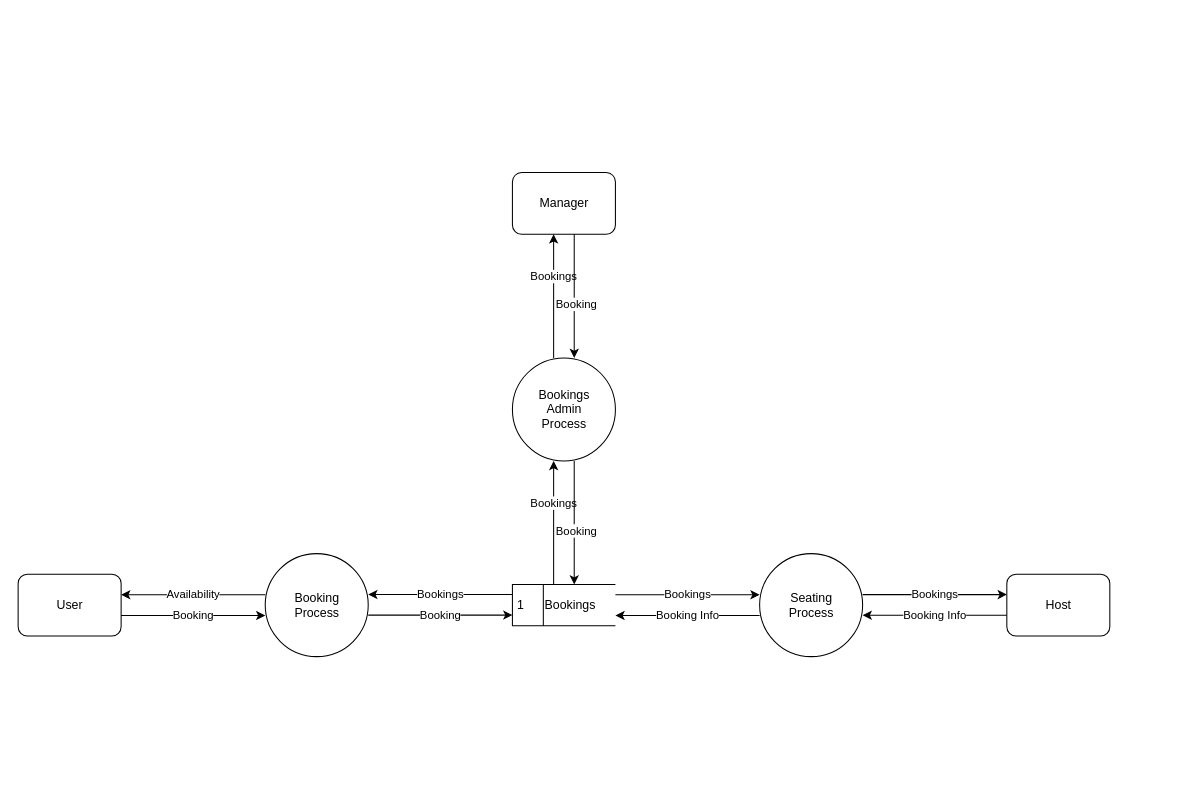
This is dataflow_diagram/dataflow_diagram_bookings.drawio from korayleigh/t3a2-a, a draw.io file, before an edit. Source tidied: cells renumbered, new cells numbered last; positions are measured from the earlier drawing's top-left corner, leaving out a move shared by most shapes. Both pictures are drawn from the tidied source at 103%, with x=0, y=0 at pixel (18, 172).
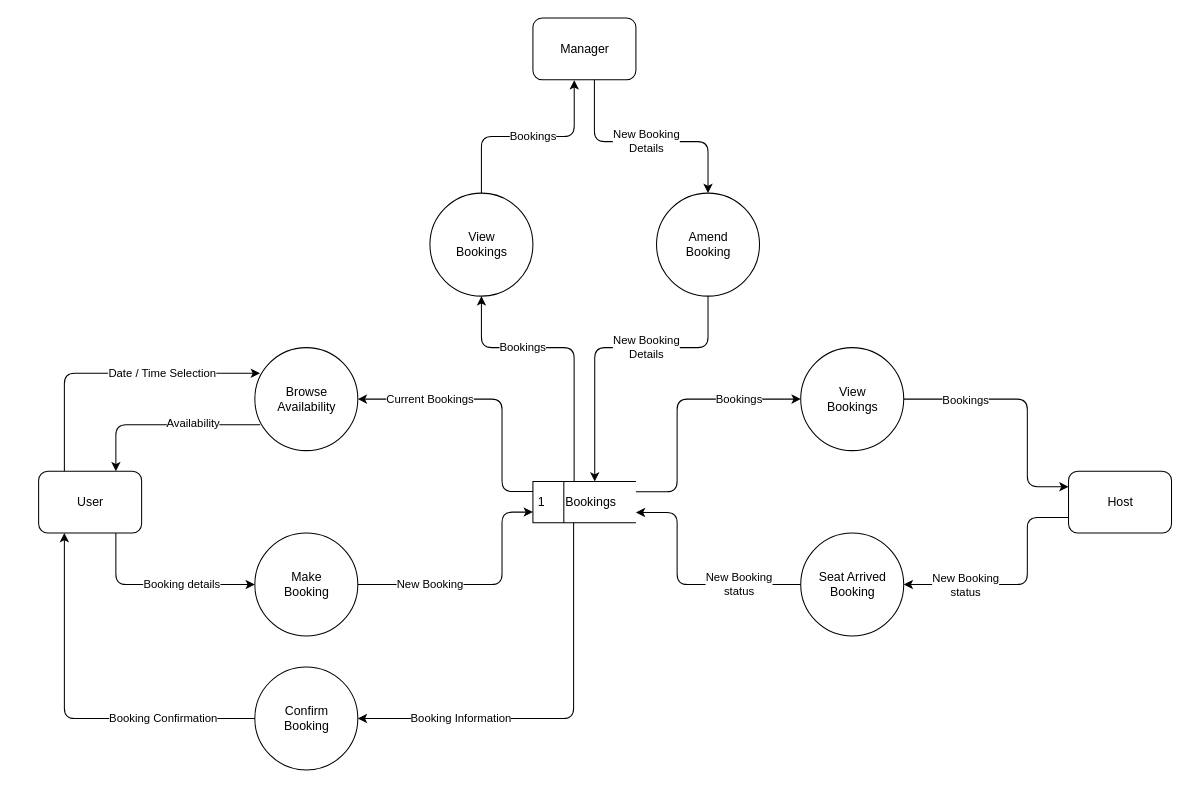
After the change.

Commit message:
reworked bookings dfd with more details

Diff of the diagram source:
```diff
@@
-    <mxCell id="2" value="Booking&lt;br&gt;Process" style="shape=ellipse;html=1;dashed=0;whitespace=wrap;perimeter=ellipsePerimeter;" parent="1" vertex="1">
-      <mxGeometry x="240" y="370" width="100" height="100" as="geometry" />
-    </mxCell>
     <mxCell id="3" value="User" style="html=1;dashed=0;whitespace=wrap;rounded=1;" parent="1" vertex="1">
-      <mxGeometry x="0.1" y="390" width="100" height="60" as="geometry" />
+      <mxGeometry x="20" y="290" width="100" height="60" as="geometry" />
     </mxCell>
-    <mxCell id="4" value="Booking" style="endArrow=classic;html=1;edgeStyle=orthogonalEdgeStyle;rounded=1;" parent="1" edge="1">
-      <mxGeometry x="150" y="619.9" as="geometry">
-        <mxPoint x="100.1" y="430" as="sourcePoint" />
-        <mxPoint x="240.1" y="430" as="targetPoint" />
+    <mxCell id="4" value="Booking details" style="endArrow=classic;html=1;edgeStyle=orthogonalEdgeStyle;rounded=1;entryX=0;entryY=0.5;entryDx=0;entryDy=0;exitX=0.75;exitY=1;exitDx=0;exitDy=0;" parent="1" edge="1" source="3" target="23">
+      <mxGeometry x="19.9" y="-100" as="geometry">
         <Array as="points">
-          <mxPoint x="130" y="429.9" />
-          <mxPoint x="130" y="429.9" />
+          <mxPoint x="94.9" y="400" />
         </Array>
+        <mxPoint x="-3" y="25" as="offset" />
       </mxGeometry>
     </mxCell>
-    <mxCell id="5" value="Availability" style="endArrow=classic;html=1;edgeStyle=orthogonalEdgeStyle;rounded=1;" parent="1" edge="1">
-      <mxGeometry x="-20" y="-15" as="geometry">
-        <mxPoint x="240.1" y="410" as="sourcePoint" />
-        <mxPoint x="100.1" y="410" as="targetPoint" />
+    <mxCell id="5" value="Availability" style="endArrow=classic;html=1;edgeStyle=orthogonalEdgeStyle;rounded=1;exitX=0.052;exitY=0.749;exitDx=0;exitDy=0;entryX=0.75;entryY=0;entryDx=0;entryDy=0;exitPerimeter=0;" parent="1" edge="1" source="24" target="3">
+      <mxGeometry x="19.9" y="-100" as="geometry">
         <Array as="points">
-          <mxPoint x="130" y="409.9" />
-          <mxPoint x="130" y="409.9" />
+          <mxPoint x="94.9" y="245" />
         </Array>
+        <mxPoint x="5" y="-23" as="offset" />
       </mxGeometry>
     </mxCell>
     <mxCell id="6" value="1&lt;span style=&quot;white-space: pre&quot;&gt;&#9;&lt;/span&gt;Bookings" style="html=1;dashed=0;whitespace=wrap;shape=mxgraph.dfd.dataStoreID;align=left;spacingLeft=3;points=[[0,0],[0.5,0],[1,0],[0,0.5],[1,0.5],[0,1],[0.5,1],[1,1]];" parent="1" vertex="1">
-      <mxGeometry x="480" y="400" width="100" height="40" as="geometry" />
+      <mxGeometry x="499.9" y="300" width="100" height="40" as="geometry" />
     </mxCell>
     <mxCell id="7" value="Manager" style="html=1;dashed=0;whitespace=wrap;rounded=1;" parent="1" vertex="1">
-      <mxGeometry x="480" width="100" height="60" as="geometry" />
+      <mxGeometry x="499.9" y="-150" width="100" height="60" as="geometry" />
     </mxCell>
     <mxCell id="8" value="Host" style="html=1;dashed=0;whitespace=wrap;rounded=1;" parent="1" vertex="1">
-      <mxGeometry x="960" y="390" width="100" height="60" as="geometry" />
+      <mxGeometry x="1019.9" y="290" width="100" height="60" as="geometry" />
     </mxCell>
-    <mxCell id="9" value="Seating&lt;br&gt;Process" style="shape=ellipse;html=1;dashed=0;whitespace=wrap;perimeter=ellipsePerimeter;" parent="1" vertex="1">
-      <mxGeometry x="720" y="370" width="100" height="100" as="geometry" />
+    <mxCell id="9" value="Seat Arrived&lt;br&gt;Booking" style="shape=ellipse;html=1;dashed=0;whitespace=wrap;perimeter=ellipsePerimeter;" parent="1" vertex="1">
+      <mxGeometry x="759.9" y="350" width="100" height="100" as="geometry" />
     </mxCell>
-    <mxCell id="10" value="Bookings" style="endArrow=classic;html=1;edgeStyle=orthogonalEdgeStyle;rounded=1;" parent="1" edge="1">
-      <mxGeometry x="629.9" y="599.9" as="geometry">
-        <mxPoint x="580" y="410" as="sourcePoint" />
-        <mxPoint x="720" y="410" as="targetPoint" />
+    <mxCell id="10" value="Bookings" style="endArrow=classic;html=1;edgeStyle=orthogonalEdgeStyle;rounded=1;entryX=0;entryY=0.5;entryDx=0;entryDy=0;" parent="1" edge="1" target="27">
+      <mxGeometry x="19.9" y="-100" as="geometry">
+        <mxPoint x="599.9" y="310" as="sourcePoint" />
         <Array as="points">
-          <mxPoint x="609.9" y="409.9" />
-          <mxPoint x="609.9" y="409.9" />
+          <mxPoint x="639.9" y="310" />
+          <mxPoint x="639.9" y="220" />
         </Array>
+        <mxPoint x="20" y="-45" as="offset" />
       </mxGeometry>
     </mxCell>
-    <mxCell id="11" value="Booking Info" style="endArrow=classic;html=1;edgeStyle=orthogonalEdgeStyle;rounded=1;" parent="1" edge="1">
-      <mxGeometry x="460" y="5" as="geometry">
-        <mxPoint x="720" y="430" as="sourcePoint" />
-        <mxPoint x="580" y="430" as="targetPoint" />
+    <mxCell id="11" value="New Booking&lt;br&gt;status" style="endArrow=classic;html=1;edgeStyle=orthogonalEdgeStyle;rounded=1;exitX=0;exitY=0.5;exitDx=0;exitDy=0;" parent="1" edge="1" source="9">
+      <mxGeometry x="19.9" y="-100" as="geometry">
+        <mxPoint x="599.9" y="330" as="targetPoint" />
         <Array as="points">
-          <mxPoint x="610" y="429.9" />
-          <mxPoint x="610" y="429.9" />
+          <mxPoint x="639.9" y="400" />
+          <mxPoint x="639.9" y="330" />
         </Array>
+        <mxPoint x="20" y="35" as="offset" />
       </mxGeometry>
     </mxCell>
-    <mxCell id="12" value="Bookings&lt;br&gt;Admin&lt;br&gt;Process" style="shape=ellipse;html=1;dashed=0;whitespace=wrap;perimeter=ellipsePerimeter;" parent="1" vertex="1">
-      <mxGeometry x="480" y="180" width="100" height="100" as="geometry" />
+    <mxCell id="12" value="Amend&lt;br&gt;Booking" style="shape=ellipse;html=1;dashed=0;whitespace=wrap;perimeter=ellipsePerimeter;" parent="1" vertex="1">
+      <mxGeometry x="619.9" y="20" width="100" height="100" as="geometry" />
     </mxCell>
-    <mxCell id="13" value="Bookings" style="endArrow=classic;html=1;edgeStyle=orthogonalEdgeStyle;rounded=1;" parent="1" edge="1">
-      <mxGeometry as="geometry">
-        <mxPoint x="520" y="180" as="sourcePoint" />
-        <mxPoint x="520" y="60" as="targetPoint" />
-        <mxPoint y="-19" as="offset" />
+    <mxCell id="13" value="Bookings" style="endArrow=classic;html=1;edgeStyle=orthogonalEdgeStyle;rounded=1;exitX=0.5;exitY=0;exitDx=0;exitDy=0;entryX=0.401;entryY=1.005;entryDx=0;entryDy=0;entryPerimeter=0;" parent="1" edge="1" source="26" target="7">
+      <mxGeometry x="19.9" y="-100" as="geometry">
+        <mxPoint x="5" as="offset" />
       </mxGeometry>
     </mxCell>
-    <mxCell id="14" style="endArrow=classic;html=1;edgeStyle=orthogonalEdgeStyle;rounded=1;exitX=0.399;exitY=0.006;exitDx=0;exitDy=0;exitPerimeter=0;" parent="1" edge="1">
-      <mxGeometry x="10.1" y="-0.6" as="geometry">
-        <mxPoint x="540" y="60" as="sourcePoint" />
-        <mxPoint x="540" y="180" as="targetPoint" />
+    <mxCell id="14" value="New Booking&lt;br&gt;Details" style="endArrow=classic;html=1;edgeStyle=orthogonalEdgeStyle;rounded=1;exitX=0.597;exitY=1;exitDx=0;exitDy=0;entryX=0.5;entryY=0;entryDx=0;entryDy=0;exitPerimeter=0;" parent="1" edge="1" source="7" target="12">
+      <mxGeometry x="19.9" y="-100" as="geometry">
         <Array as="points">
-          <mxPoint x="540" y="128" />
-          <mxPoint x="540" y="128" />
+          <mxPoint x="559.9" y="-30" />
+          <mxPoint x="669.9" y="-30" />
         </Array>
+        <mxPoint x="-5" y="5" as="offset" />
       </mxGeometry>
     </mxCell>
-    <mxCell id="15" value="Booking" style="edgeLabel;html=1;align=center;verticalAlign=middle;" parent="14" vertex="1">
-      <mxGeometry relative="1" as="geometry">
-        <mxPoint x="1" y="7" as="offset" />
-      </mxGeometry>
-    </mxCell>
-    <mxCell id="16" value="Bookings" style="endArrow=classic;html=1;edgeStyle=orthogonalEdgeStyle;rounded=1;entryX=0.402;entryY=1.031;entryDx=0;entryDy=0;entryPerimeter=0;exitX=0.399;exitY=0.006;exitDx=0;exitDy=0;exitPerimeter=0;" parent="1" edge="1">
-      <mxGeometry x="0.1" y="209.4" as="geometry">
-        <mxPoint x="520" y="400" as="sourcePoint" />
-        <mxPoint x="520" y="280" as="targetPoint" />
+    <mxCell id="16" value="Bookings" style="endArrow=classic;html=1;edgeStyle=orthogonalEdgeStyle;rounded=1;entryX=0.5;entryY=1;entryDx=0;entryDy=0;exitX=0.399;exitY=0.006;exitDx=0;exitDy=0;exitPerimeter=0;" parent="1" edge="1" target="26">
+      <mxGeometry x="19.9" y="-100" as="geometry">
+        <mxPoint x="539.9" y="300" as="sourcePoint" />
         <Array as="points">
-          <mxPoint x="520" y="336" />
+          <mxPoint x="539.9" y="170" />
+          <mxPoint x="449.9" y="170" />
         </Array>
-        <mxPoint y="-19" as="offset" />
+        <mxPoint x="-5" y="-40" as="offset" />
       </mxGeometry>
     </mxCell>
-    <mxCell id="17" style="endArrow=classic;html=1;edgeStyle=orthogonalEdgeStyle;rounded=1;exitX=0.399;exitY=0.006;exitDx=0;exitDy=0;exitPerimeter=0;" parent="1" edge="1">
-      <mxGeometry x="10.1" y="219.4" as="geometry">
-        <mxPoint x="540" y="280" as="sourcePoint" />
-        <mxPoint x="540" y="400" as="targetPoint" />
+    <mxCell id="17" value="New Booking&lt;br&gt;Details" style="endArrow=classic;html=1;edgeStyle=orthogonalEdgeStyle;rounded=1;exitX=0.5;exitY=1;exitDx=0;exitDy=0;" parent="1" edge="1" source="12">
+      <mxGeometry x="19.9" y="-100" as="geometry">
+        <mxPoint x="559.9" y="300" as="targetPoint" />
         <Array as="points">
-          <mxPoint x="540" y="348" />
-          <mxPoint x="540" y="348" />
+          <mxPoint x="669.9" y="170" />
+          <mxPoint x="559.9" y="170" />
         </Array>
+        <mxPoint x="-5" y="-40" as="offset" />
       </mxGeometry>
     </mxCell>
-    <mxCell id="18" value="Booking" style="edgeLabel;html=1;align=center;verticalAlign=middle;" parent="17" vertex="1">
-      <mxGeometry relative="1" as="geometry">
-        <mxPoint x="1" y="7" as="offset" />
-      </mxGeometry>
-    </mxCell>
-    <mxCell id="19" value="Bookings" style="endArrow=classic;html=1;edgeStyle=orthogonalEdgeStyle;rounded=1;" parent="1" edge="1">
-      <mxGeometry x="869.9" y="599.7" as="geometry">
-        <mxPoint x="820" y="409.8" as="sourcePoint" />
-        <mxPoint x="960" y="409.8" as="targetPoint" />
+    <mxCell id="19" value="Bookings" style="endArrow=classic;html=1;edgeStyle=orthogonalEdgeStyle;rounded=1;exitX=1;exitY=0.5;exitDx=0;exitDy=0;entryX=0;entryY=0.25;entryDx=0;entryDy=0;" parent="1" edge="1" source="27" target="8">
+      <mxGeometry x="19.9" y="-100" as="geometry">
         <Array as="points">
-          <mxPoint x="849.9" y="409.7" />
-          <mxPoint x="849.9" y="409.7" />
+          <mxPoint x="979.9" y="220" />
+          <mxPoint x="979.9" y="305" />
         </Array>
+        <mxPoint x="-20" y="-42" as="offset" />
       </mxGeometry>
     </mxCell>
-    <mxCell id="20" value="Booking Info" style="endArrow=classic;html=1;edgeStyle=orthogonalEdgeStyle;rounded=1;" parent="1" edge="1">
-      <mxGeometry x="700" y="4.8" as="geometry">
-        <mxPoint x="960" y="429.8" as="sourcePoint" />
-        <mxPoint x="820" y="429.8" as="targetPoint" />
+    <mxCell id="20" value="New Booking&lt;br&gt;status" style="endArrow=classic;html=1;edgeStyle=orthogonalEdgeStyle;rounded=1;entryX=1;entryY=0.5;entryDx=0;entryDy=0;exitX=0;exitY=0.75;exitDx=0;exitDy=0;" parent="1" edge="1" source="8" target="9">
+      <mxGeometry x="19.9" y="-100" as="geometry">
         <Array as="points">
-          <mxPoint x="850" y="429.7" />
-          <mxPoint x="850" y="429.7" />
+          <mxPoint x="979.9" y="335" />
+          <mxPoint x="979.9" y="400" />
         </Array>
+        <mxPoint x="-20" y="33" as="offset" />
       </mxGeometry>
     </mxCell>
-    <mxCell id="21" value="Booking" style="endArrow=classic;html=1;edgeStyle=orthogonalEdgeStyle;rounded=1;" parent="1" edge="1">
-      <mxGeometry x="389.9" y="619.6" as="geometry">
-        <mxPoint x="340" y="429.7" as="sourcePoint" />
-        <mxPoint x="480" y="429.7" as="targetPoint" />
+    <mxCell id="21" value="New Booking" style="endArrow=classic;html=1;edgeStyle=orthogonalEdgeStyle;rounded=1;exitX=1;exitY=0.5;exitDx=0;exitDy=0;" parent="1" edge="1" source="23">
+      <mxGeometry x="19.9" y="-100" as="geometry">
+        <mxPoint x="499.9" y="329.7" as="targetPoint" />
         <Array as="points">
-          <mxPoint x="369.9" y="429.6" />
-          <mxPoint x="369.9" y="429.6" />
+          <mxPoint x="469.9" y="400" />
+          <mxPoint x="469.9" y="330" />
         </Array>
+        <mxPoint x="-15" y="35" as="offset" />
       </mxGeometry>
     </mxCell>
-    <mxCell id="22" value="Bookings" style="endArrow=classic;html=1;edgeStyle=orthogonalEdgeStyle;rounded=1;" parent="1" edge="1">
-      <mxGeometry x="219.9" y="-15.3" as="geometry">
-        <mxPoint x="480" y="409.7" as="sourcePoint" />
-        <mxPoint x="340" y="409.7" as="targetPoint" />
+    <mxCell id="22" value="Current Bookings" style="endArrow=classic;html=1;edgeStyle=orthogonalEdgeStyle;rounded=1;entryX=1;entryY=0.5;entryDx=0;entryDy=0;" parent="1" edge="1" target="24">
+      <mxGeometry x="19.9" y="-100" as="geometry">
+        <mxPoint x="499.9" y="309.7" as="sourcePoint" />
         <Array as="points">
-          <mxPoint x="369.9" y="409.6" />
-          <mxPoint x="369.9" y="409.6" />
+          <mxPoint x="469.9" y="310" />
+          <mxPoint x="469.9" y="220" />
         </Array>
+        <mxPoint x="-15" y="-45" as="offset" />
       </mxGeometry>
     </mxCell>
+    <mxCell id="23" value="Make&lt;br&gt;Booking" style="shape=ellipse;html=1;dashed=0;whitespace=wrap;perimeter=ellipsePerimeter;" parent="1" vertex="1">
+      <mxGeometry x="229.9" y="350" width="100" height="100" as="geometry" />
+    </mxCell>
+    <mxCell id="24" value="Browse&lt;br&gt;Availability" style="shape=ellipse;html=1;dashed=0;whitespace=wrap;perimeter=ellipsePerimeter;" parent="1" vertex="1">
+      <mxGeometry x="229.9" y="170" width="100" height="100" as="geometry" />
+    </mxCell>
+    <mxCell id="25" value="Date / Time Selection" style="endArrow=classic;html=1;rounded=1;edgeStyle=orthogonalEdgeStyle;exitX=0.25;exitY=0;exitDx=0;exitDy=0;entryX=0.05;entryY=0.249;entryDx=0;entryDy=0;entryPerimeter=0;" parent="1" edge="1" source="3" target="24">
+      <mxGeometry x="0.33" relative="1" as="geometry">
+        <Array as="points">
+          <mxPoint x="44.9" y="195" />
+        </Array>
+      </mxGeometry>
+    </mxCell>
+    <mxCell id="26" value="View&lt;br&gt;Bookings" style="shape=ellipse;html=1;dashed=0;whitespace=wrap;perimeter=ellipsePerimeter;" parent="1" vertex="1">
+      <mxGeometry x="399.9" y="20" width="100" height="100" as="geometry" />
+    </mxCell>
+    <mxCell id="27" value="View&lt;br&gt;Bookings" style="shape=ellipse;html=1;dashed=0;whitespace=wrap;perimeter=ellipsePerimeter;" parent="1" vertex="1">
+      <mxGeometry x="759.9" y="170" width="100" height="100" as="geometry" />
+    </mxCell>
+    <mxCell id="28" value="Confirm&lt;br&gt;Booking" style="shape=ellipse;html=1;dashed=0;whitespace=wrap;perimeter=ellipsePerimeter;" parent="1" vertex="1">
+      <mxGeometry x="229.9" y="480" width="100" height="100" as="geometry" />
+    </mxCell>
+    <mxCell id="29" value="Booking Information" style="endArrow=classic;html=1;rounded=1;edgeStyle=orthogonalEdgeStyle;exitX=0.395;exitY=0.995;exitDx=0;exitDy=0;exitPerimeter=0;entryX=1;entryY=0.5;entryDx=0;entryDy=0;" parent="1" edge="1" source="6" target="28">
+      <mxGeometry x="0.5" relative="1" as="geometry" />
+    </mxCell>
+    <mxCell id="30" value="Booking Confirmation" style="endArrow=classic;html=1;rounded=1;edgeStyle=orthogonalEdgeStyle;exitX=0;exitY=0.5;exitDx=0;exitDy=0;entryX=0.25;entryY=1;entryDx=0;entryDy=0;" parent="1" edge="1" source="28" target="3">
+      <mxGeometry x="-0.51" relative="1" as="geometry" />
+    </mxCell>
```
